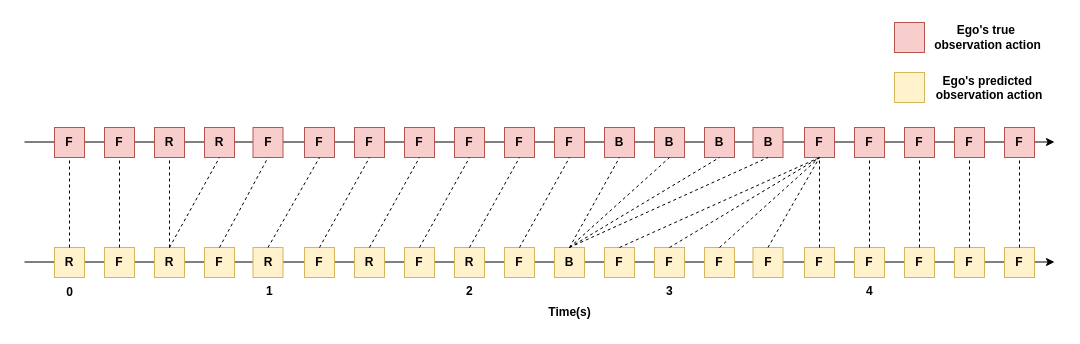
This is page "DTW3_2#11" (8 of 9) of CDAS-O.drawio from SlidingEagle/draw.io, a draw.io file, before an edit. Source tidied: cells renumbered, new cells numbered last; positions are measured from the earlier drawing's top-left corner, leaving out a move shared by most shapes. Both pictures are drawn from the tidied source at 100%, with x=0, y=0 at pixel (24, 17).
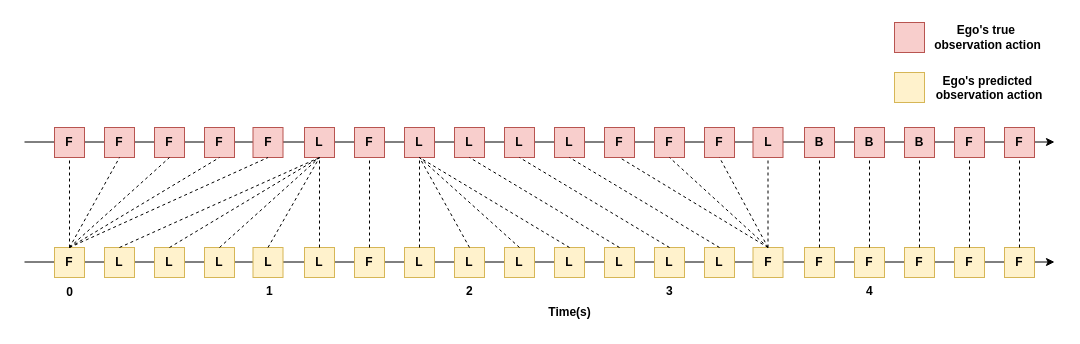
After the change.

The change refers to these unchanged cells:
```xml
<mxCell id="5" value="&lt;b&gt;F&lt;/b&gt;" style="whiteSpace=wrap;html=1;fillColor=#f8cecc;strokeColor=#b85450;" parent="1" vertex="1">
  <mxGeometry x="80" y="110" width="30" height="30" as="geometry" />
</mxCell>
<mxCell id="8" value="&lt;b&gt;F&lt;/b&gt;" style="whiteSpace=wrap;html=1;fillColor=#f8cecc;strokeColor=#b85450;" parent="1" vertex="1">
  <mxGeometry x="228.5" y="110" width="30" height="30" as="geometry" />
</mxCell>
<mxCell id="10" value="&lt;b&gt;F&lt;/b&gt;" style="whiteSpace=wrap;html=1;fillColor=#f8cecc;strokeColor=#b85450;" parent="1" vertex="1">
  <mxGeometry x="330" y="110" width="30" height="30" as="geometry" />
</mxCell>
<mxCell id="38" value="&lt;b&gt;F&lt;/b&gt;" style="whiteSpace=wrap;html=1;fillColor=#fff2cc;strokeColor=#d6b656;" parent="1" vertex="1">
  <mxGeometry x="728.5" y="230" width="30" height="30" as="geometry" />
</mxCell>
```

Diff of the diagram source:
```diff
@@
-    <mxCell id="6" value="&lt;b&gt;R&lt;/b&gt;" style="whiteSpace=wrap;html=1;fillColor=#f8cecc;strokeColor=#b85450;" parent="1" vertex="1">
+    <mxCell id="6" value="&lt;b&gt;F&lt;/b&gt;" style="whiteSpace=wrap;html=1;fillColor=#f8cecc;strokeColor=#b85450;" parent="1" vertex="1">
       <mxGeometry x="130" y="110" width="30" height="30" as="geometry" />
     </mxCell>
-    <mxCell id="7" value="&lt;b&gt;R&lt;/b&gt;" style="whiteSpace=wrap;html=1;fillColor=#f8cecc;strokeColor=#b85450;" parent="1" vertex="1">
+    <mxCell id="7" value="&lt;b&gt;F&lt;/b&gt;" style="whiteSpace=wrap;html=1;fillColor=#f8cecc;strokeColor=#b85450;" parent="1" vertex="1">
       <mxGeometry x="180" y="110" width="30" height="30" as="geometry" />
     </mxCell>
@@
-    <mxCell id="9" value="&lt;b&gt;F&lt;/b&gt;" style="whiteSpace=wrap;html=1;fillColor=#f8cecc;strokeColor=#b85450;" parent="1" vertex="1">
+    <mxCell id="9" value="&lt;b&gt;L&lt;/b&gt;" style="whiteSpace=wrap;html=1;fillColor=#f8cecc;strokeColor=#b85450;" parent="1" vertex="1">
       <mxGeometry x="280" y="110" width="30" height="30" as="geometry" />
     </mxCell>
@@
-    <mxCell id="11" value="&lt;b&gt;F&lt;/b&gt;" style="whiteSpace=wrap;html=1;fillColor=#f8cecc;strokeColor=#b85450;" parent="1" vertex="1">
+    <mxCell id="11" value="&lt;b&gt;L&lt;/b&gt;" style="whiteSpace=wrap;html=1;fillColor=#f8cecc;strokeColor=#b85450;" parent="1" vertex="1">
       <mxGeometry x="380" y="110" width="30" height="30" as="geometry" />
     </mxCell>
-    <mxCell id="12" value="&lt;b&gt;F&lt;/b&gt;" style="whiteSpace=wrap;html=1;fillColor=#f8cecc;strokeColor=#b85450;" parent="1" vertex="1">
+    <mxCell id="12" value="&lt;b&gt;L&lt;/b&gt;" style="whiteSpace=wrap;html=1;fillColor=#f8cecc;strokeColor=#b85450;" parent="1" vertex="1">
       <mxGeometry x="430" y="110" width="30" height="30" as="geometry" />
     </mxCell>
-    <mxCell id="13" value="&lt;b&gt;F&lt;/b&gt;" style="whiteSpace=wrap;html=1;fillColor=#f8cecc;strokeColor=#b85450;" parent="1" vertex="1">
+    <mxCell id="13" value="&lt;b&gt;L&lt;/b&gt;" style="whiteSpace=wrap;html=1;fillColor=#f8cecc;strokeColor=#b85450;" parent="1" vertex="1">
       <mxGeometry x="480" y="110" width="30" height="30" as="geometry" />
     </mxCell>
-    <mxCell id="14" value="&lt;b&gt;F&lt;/b&gt;" style="whiteSpace=wrap;html=1;fillColor=#f8cecc;strokeColor=#b85450;" parent="1" vertex="1">
+    <mxCell id="14" value="&lt;b&gt;L&lt;/b&gt;" style="whiteSpace=wrap;html=1;fillColor=#f8cecc;strokeColor=#b85450;" parent="1" vertex="1">
       <mxGeometry x="530" y="110" width="30" height="30" as="geometry" />
     </mxCell>
-    <mxCell id="15" value="&lt;b&gt;B&lt;/b&gt;" style="whiteSpace=wrap;html=1;fillColor=#f8cecc;strokeColor=#b85450;" parent="1" vertex="1">
+    <mxCell id="15" value="&lt;b&gt;F&lt;/b&gt;" style="whiteSpace=wrap;html=1;fillColor=#f8cecc;strokeColor=#b85450;" parent="1" vertex="1">
       <mxGeometry x="580" y="110" width="30" height="30" as="geometry" />
     </mxCell>
-    <mxCell id="16" value="&lt;b&gt;B&lt;/b&gt;" style="whiteSpace=wrap;html=1;fillColor=#f8cecc;strokeColor=#b85450;" parent="1" vertex="1">
+    <mxCell id="16" value="&lt;b&gt;F&lt;/b&gt;" style="whiteSpace=wrap;html=1;fillColor=#f8cecc;strokeColor=#b85450;" parent="1" vertex="1">
       <mxGeometry x="630" y="110" width="30" height="30" as="geometry" />
     </mxCell>
-    <mxCell id="17" value="&lt;b&gt;B&lt;/b&gt;" style="whiteSpace=wrap;html=1;fillColor=#f8cecc;strokeColor=#b85450;" parent="1" vertex="1">
+    <mxCell id="17" value="&lt;b&gt;F&lt;/b&gt;" style="whiteSpace=wrap;html=1;fillColor=#f8cecc;strokeColor=#b85450;" parent="1" vertex="1">
       <mxGeometry x="680" y="110" width="30" height="30" as="geometry" />
     </mxCell>
-    <mxCell id="18" value="&lt;b&gt;B&lt;/b&gt;" style="whiteSpace=wrap;html=1;fillColor=#f8cecc;strokeColor=#b85450;" parent="1" vertex="1">
+    <mxCell id="18" value="&lt;b&gt;L&lt;/b&gt;" style="whiteSpace=wrap;html=1;fillColor=#f8cecc;strokeColor=#b85450;" parent="1" vertex="1">
       <mxGeometry x="728.5" y="110" width="30" height="30" as="geometry" />
     </mxCell>
-    <mxCell id="19" value="&lt;b&gt;F&lt;/b&gt;" style="whiteSpace=wrap;html=1;fillColor=#f8cecc;strokeColor=#b85450;" parent="1" vertex="1">
+    <mxCell id="19" value="&lt;b&gt;B&lt;/b&gt;" style="whiteSpace=wrap;html=1;fillColor=#f8cecc;strokeColor=#b85450;" parent="1" vertex="1">
       <mxGeometry x="780" y="110" width="30" height="30" as="geometry" />
     </mxCell>
-    <mxCell id="20" value="&lt;b&gt;F&lt;/b&gt;" style="whiteSpace=wrap;html=1;fillColor=#f8cecc;strokeColor=#b85450;" parent="1" vertex="1">
+    <mxCell id="20" value="&lt;b&gt;B&lt;/b&gt;" style="whiteSpace=wrap;html=1;fillColor=#f8cecc;strokeColor=#b85450;" parent="1" vertex="1">
       <mxGeometry x="830" y="110" width="30" height="30" as="geometry" />
     </mxCell>
-    <mxCell id="21" value="&lt;b&gt;F&lt;/b&gt;" style="whiteSpace=wrap;html=1;fillColor=#f8cecc;strokeColor=#b85450;" parent="1" vertex="1">
+    <mxCell id="21" value="&lt;b&gt;B&lt;/b&gt;" style="whiteSpace=wrap;html=1;fillColor=#f8cecc;strokeColor=#b85450;" parent="1" vertex="1">
       <mxGeometry x="880" y="110" width="30" height="30" as="geometry" />
     </mxCell>
@@
-    <mxCell id="24" value="&lt;b&gt;R&lt;/b&gt;" style="whiteSpace=wrap;html=1;fillColor=#fff2cc;strokeColor=#d6b656;" parent="1" vertex="1">
+    <mxCell id="24" value="&lt;b&gt;F&lt;/b&gt;" style="whiteSpace=wrap;html=1;fillColor=#fff2cc;strokeColor=#d6b656;" parent="1" vertex="1">
       <mxGeometry x="30" y="230" width="30" height="30" as="geometry" />
     </mxCell>
-    <mxCell id="25" value="&lt;b&gt;F&lt;/b&gt;" style="whiteSpace=wrap;html=1;fillColor=#fff2cc;strokeColor=#d6b656;" parent="1" vertex="1">
+    <mxCell id="25" value="&lt;b&gt;L&lt;/b&gt;" style="whiteSpace=wrap;html=1;fillColor=#fff2cc;strokeColor=#d6b656;" parent="1" vertex="1">
       <mxGeometry x="80" y="230" width="30" height="30" as="geometry" />
     </mxCell>
-    <mxCell id="26" value="&lt;b&gt;R&lt;/b&gt;" style="whiteSpace=wrap;html=1;fillColor=#fff2cc;strokeColor=#d6b656;" parent="1" vertex="1">
+    <mxCell id="26" value="&lt;b&gt;L&lt;/b&gt;" style="whiteSpace=wrap;html=1;fillColor=#fff2cc;strokeColor=#d6b656;" parent="1" vertex="1">
       <mxGeometry x="130" y="230" width="30" height="30" as="geometry" />
     </mxCell>
-    <mxCell id="27" value="&lt;b&gt;F&lt;/b&gt;" style="whiteSpace=wrap;html=1;fillColor=#fff2cc;strokeColor=#d6b656;" parent="1" vertex="1">
+    <mxCell id="27" value="&lt;b&gt;L&lt;/b&gt;" style="whiteSpace=wrap;html=1;fillColor=#fff2cc;strokeColor=#d6b656;" parent="1" vertex="1">
       <mxGeometry x="180" y="230" width="30" height="30" as="geometry" />
     </mxCell>
-    <mxCell id="28" value="&lt;b&gt;R&lt;/b&gt;" style="whiteSpace=wrap;html=1;fillColor=#fff2cc;strokeColor=#d6b656;" parent="1" vertex="1">
+    <mxCell id="28" value="&lt;b&gt;L&lt;/b&gt;" style="whiteSpace=wrap;html=1;fillColor=#fff2cc;strokeColor=#d6b656;" parent="1" vertex="1">
       <mxGeometry x="228.5" y="230" width="30" height="30" as="geometry" />
     </mxCell>
-    <mxCell id="29" value="&lt;b&gt;F&lt;/b&gt;" style="whiteSpace=wrap;html=1;fillColor=#fff2cc;strokeColor=#d6b656;" parent="1" vertex="1">
+    <mxCell id="29" value="&lt;b&gt;L&lt;/b&gt;" style="whiteSpace=wrap;html=1;fillColor=#fff2cc;strokeColor=#d6b656;" parent="1" vertex="1">
       <mxGeometry x="280" y="230" width="30" height="30" as="geometry" />
     </mxCell>
-    <mxCell id="30" value="&lt;b&gt;R&lt;/b&gt;" style="whiteSpace=wrap;html=1;fillColor=#fff2cc;strokeColor=#d6b656;" parent="1" vertex="1">
+    <mxCell id="30" value="&lt;b&gt;F&lt;/b&gt;" style="whiteSpace=wrap;html=1;fillColor=#fff2cc;strokeColor=#d6b656;" parent="1" vertex="1">
       <mxGeometry x="330" y="230" width="30" height="30" as="geometry" />
     </mxCell>
-    <mxCell id="31" value="&lt;b&gt;F&lt;/b&gt;" style="whiteSpace=wrap;html=1;fillColor=#fff2cc;strokeColor=#d6b656;" parent="1" vertex="1">
+    <mxCell id="31" value="&lt;b&gt;L&lt;/b&gt;" style="whiteSpace=wrap;html=1;fillColor=#fff2cc;strokeColor=#d6b656;" parent="1" vertex="1">
       <mxGeometry x="380" y="230" width="30" height="30" as="geometry" />
     </mxCell>
-    <mxCell id="32" value="&lt;b&gt;R&lt;/b&gt;" style="whiteSpace=wrap;html=1;fillColor=#fff2cc;strokeColor=#d6b656;" parent="1" vertex="1">
+    <mxCell id="32" value="&lt;b&gt;L&lt;/b&gt;" style="whiteSpace=wrap;html=1;fillColor=#fff2cc;strokeColor=#d6b656;" parent="1" vertex="1">
       <mxGeometry x="430" y="230" width="30" height="30" as="geometry" />
     </mxCell>
-    <mxCell id="33" value="&lt;b&gt;F&lt;/b&gt;" style="whiteSpace=wrap;html=1;fillColor=#fff2cc;strokeColor=#d6b656;" parent="1" vertex="1">
+    <mxCell id="33" value="&lt;b&gt;L&lt;/b&gt;" style="whiteSpace=wrap;html=1;fillColor=#fff2cc;strokeColor=#d6b656;" parent="1" vertex="1">
       <mxGeometry x="480" y="230" width="30" height="30" as="geometry" />
     </mxCell>
-    <mxCell id="34" value="&lt;b&gt;B&lt;/b&gt;" style="whiteSpace=wrap;html=1;fillColor=#fff2cc;strokeColor=#d6b656;" parent="1" vertex="1">
+    <mxCell id="34" value="&lt;b&gt;L&lt;/b&gt;" style="whiteSpace=wrap;html=1;fillColor=#fff2cc;strokeColor=#d6b656;" parent="1" vertex="1">
       <mxGeometry x="530" y="230" width="30" height="30" as="geometry" />
     </mxCell>
-    <mxCell id="35" value="&lt;b&gt;F&lt;/b&gt;" style="whiteSpace=wrap;html=1;fillColor=#fff2cc;strokeColor=#d6b656;" parent="1" vertex="1">
+    <mxCell id="35" value="&lt;b&gt;L&lt;/b&gt;" style="whiteSpace=wrap;html=1;fillColor=#fff2cc;strokeColor=#d6b656;" parent="1" vertex="1">
       <mxGeometry x="580" y="230" width="30" height="30" as="geometry" />
     </mxCell>
-    <mxCell id="36" value="&lt;b&gt;F&lt;/b&gt;" style="whiteSpace=wrap;html=1;fillColor=#fff2cc;strokeColor=#d6b656;" parent="1" vertex="1">
+    <mxCell id="36" value="&lt;b&gt;L&lt;/b&gt;" style="whiteSpace=wrap;html=1;fillColor=#fff2cc;strokeColor=#d6b656;" parent="1" vertex="1">
       <mxGeometry x="630" y="230" width="30" height="30" as="geometry" />
     </mxCell>
-    <mxCell id="37" value="&lt;b&gt;F&lt;/b&gt;" style="whiteSpace=wrap;html=1;fillColor=#fff2cc;strokeColor=#d6b656;" parent="1" vertex="1">
+    <mxCell id="37" value="&lt;b&gt;L&lt;/b&gt;" style="whiteSpace=wrap;html=1;fillColor=#fff2cc;strokeColor=#d6b656;" parent="1" vertex="1">
       <mxGeometry x="680" y="230" width="30" height="30" as="geometry" />
     </mxCell>
@@
-    <mxCell id="45" style="endArrow=none;dashed=1;html=1;rounded=0;entryX=0.5;entryY=1;entryDx=0;entryDy=0;exitX=0.5;exitY=0;exitDx=0;exitDy=0;" parent="1" edge="1" source="25" target="5">
+    <mxCell id="45" style="endArrow=none;dashed=1;html=1;rounded=0;entryX=0.5;entryY=1;entryDx=0;entryDy=0;exitX=0.5;exitY=0;exitDx=0;exitDy=0;" parent="1" edge="1" source="24" target="5">
       <mxGeometry relative="1" as="geometry" />
     </mxCell>
-    <mxCell id="46" style="endArrow=none;dashed=1;html=1;rounded=0;entryX=0.5;entryY=1;entryDx=0;entryDy=0;exitX=0.5;exitY=0;exitDx=0;exitDy=0;" parent="1" edge="1" source="26" target="6">
+    <mxCell id="46" style="endArrow=none;dashed=1;html=1;rounded=0;entryX=0.5;entryY=1;entryDx=0;entryDy=0;exitX=0.5;exitY=0;exitDx=0;exitDy=0;" parent="1" edge="1" source="24" target="6">
       <mxGeometry relative="1" as="geometry" />
     </mxCell>
-    <mxCell id="47" style="endArrow=none;dashed=1;html=1;rounded=0;entryX=0.5;entryY=1;entryDx=0;entryDy=0;exitX=0.5;exitY=0;exitDx=0;exitDy=0;" parent="1" edge="1" source="26" target="7">
+    <mxCell id="47" style="endArrow=none;dashed=1;html=1;rounded=0;entryX=0.5;entryY=1;entryDx=0;entryDy=0;exitX=0.5;exitY=0;exitDx=0;exitDy=0;" parent="1" edge="1" source="24" target="7">
       <mxGeometry relative="1" as="geometry" />
     </mxCell>
-    <mxCell id="48" style="endArrow=none;dashed=1;html=1;rounded=0;entryX=0.5;entryY=1;entryDx=0;entryDy=0;exitX=0.5;exitY=0;exitDx=0;exitDy=0;" parent="1" edge="1" source="27" target="8">
+    <mxCell id="48" style="endArrow=none;dashed=1;html=1;rounded=0;entryX=0.5;entryY=1;entryDx=0;entryDy=0;exitX=0.5;exitY=0;exitDx=0;exitDy=0;" parent="1" edge="1" source="24" target="8">
       <mxGeometry relative="1" as="geometry" />
     </mxCell>
-    <mxCell id="49" style="endArrow=none;dashed=1;html=1;rounded=0;entryX=0.5;entryY=1;entryDx=0;entryDy=0;exitX=0.5;exitY=0;exitDx=0;exitDy=0;" parent="1" edge="1" source="28" target="9">
+    <mxCell id="49" style="endArrow=none;dashed=1;html=1;rounded=0;entryX=0.5;entryY=1;entryDx=0;entryDy=0;exitX=0.5;exitY=0;exitDx=0;exitDy=0;" parent="1" edge="1" source="25" target="9">
       <mxGeometry relative="1" as="geometry" />
     </mxCell>
-    <mxCell id="50" style="endArrow=none;dashed=1;html=1;rounded=0;entryX=0.5;entryY=1;entryDx=0;entryDy=0;exitX=0.5;exitY=0;exitDx=0;exitDy=0;" parent="1" edge="1" source="29" target="10">
+    <mxCell id="50" style="endArrow=none;dashed=1;html=1;rounded=0;entryX=0.5;entryY=1;entryDx=0;entryDy=0;exitX=0.5;exitY=0;exitDx=0;exitDy=0;" parent="1" edge="1" source="26" target="9">
       <mxGeometry relative="1" as="geometry" />
     </mxCell>
-    <mxCell id="51" style="endArrow=none;dashed=1;html=1;rounded=0;entryX=0.5;entryY=1;entryDx=0;entryDy=0;exitX=0.5;exitY=0;exitDx=0;exitDy=0;" parent="1" edge="1" source="30" target="11">
+    <mxCell id="51" style="endArrow=none;dashed=1;html=1;rounded=0;entryX=0.5;entryY=1;entryDx=0;entryDy=0;exitX=0.5;exitY=0;exitDx=0;exitDy=0;" parent="1" edge="1" source="27" target="9">
       <mxGeometry relative="1" as="geometry" />
     </mxCell>
-    <mxCell id="52" style="endArrow=none;dashed=1;html=1;rounded=0;entryX=0.5;entryY=1;entryDx=0;entryDy=0;exitX=0.5;exitY=0;exitDx=0;exitDy=0;" parent="1" edge="1" source="31" target="12">
+    <mxCell id="52" style="endArrow=none;dashed=1;html=1;rounded=0;entryX=0.5;entryY=1;entryDx=0;entryDy=0;exitX=0.5;exitY=0;exitDx=0;exitDy=0;" parent="1" edge="1" source="28" target="9">
       <mxGeometry relative="1" as="geometry" />
     </mxCell>
-    <mxCell id="53" style="endArrow=none;dashed=1;html=1;rounded=0;entryX=0.5;entryY=1;entryDx=0;entryDy=0;exitX=0.5;exitY=0;exitDx=0;exitDy=0;" parent="1" edge="1" source="32" target="13">
+    <mxCell id="53" style="endArrow=none;dashed=1;html=1;rounded=0;entryX=0.5;entryY=1;entryDx=0;entryDy=0;exitX=0.5;exitY=0;exitDx=0;exitDy=0;" parent="1" edge="1" source="32" target="11">
       <mxGeometry relative="1" as="geometry" />
     </mxCell>
-    <mxCell id="54" style="endArrow=none;dashed=1;html=1;rounded=0;entryX=0.5;entryY=1;entryDx=0;entryDy=0;exitX=0.5;exitY=0;exitDx=0;exitDy=0;" parent="1" edge="1" source="33" target="14">
+    <mxCell id="54" style="endArrow=none;dashed=1;html=1;rounded=0;entryX=0.5;entryY=1;entryDx=0;entryDy=0;exitX=0.5;exitY=0;exitDx=0;exitDy=0;" parent="1" edge="1" source="34" target="11">
       <mxGeometry relative="1" as="geometry" />
     </mxCell>
-    <mxCell id="55" style="endArrow=none;dashed=1;html=1;rounded=0;entryX=0.5;entryY=1;entryDx=0;entryDy=0;exitX=0.5;exitY=0;exitDx=0;exitDy=0;" parent="1" edge="1" source="34" target="15">
+    <mxCell id="55" style="endArrow=none;dashed=1;html=1;rounded=0;entryX=0.5;entryY=1;entryDx=0;entryDy=0;exitX=0.5;exitY=0;exitDx=0;exitDy=0;" parent="1" edge="1" source="35" target="12">
       <mxGeometry relative="1" as="geometry" />
     </mxCell>
-    <mxCell id="56" style="endArrow=none;dashed=1;html=1;rounded=0;entryX=0.5;entryY=1;entryDx=0;entryDy=0;exitX=0.5;exitY=0;exitDx=0;exitDy=0;" parent="1" edge="1" source="34" target="16">
+    <mxCell id="56" style="endArrow=none;dashed=1;html=1;rounded=0;entryX=0.5;entryY=1;entryDx=0;entryDy=0;exitX=0.5;exitY=0;exitDx=0;exitDy=0;" parent="1" edge="1" source="36" target="13">
       <mxGeometry relative="1" as="geometry" />
     </mxCell>
-    <mxCell id="57" style="endArrow=none;dashed=1;html=1;rounded=0;entryX=0.5;entryY=1;entryDx=0;entryDy=0;exitX=0.5;exitY=0;exitDx=0;exitDy=0;" parent="1" edge="1" source="34" target="17">
-      <mxGeometry relative="1" as="geometry" />
-    </mxCell>
-    <mxCell id="58" style="endArrow=none;dashed=1;html=1;rounded=0;entryX=0.5;entryY=1;entryDx=0;entryDy=0;exitX=0.5;exitY=0;exitDx=0;exitDy=0;" parent="1" edge="1" source="34" target="18">
-      <mxGeometry relative="1" as="geometry" />
-    </mxCell>
-    <mxCell id="59" style="endArrow=none;dashed=1;html=1;rounded=0;entryX=0.5;entryY=1;entryDx=0;entryDy=0;exitX=0.5;exitY=0;exitDx=0;exitDy=0;" parent="1" edge="1" source="35" target="19">
-      <mxGeometry relative="1" as="geometry" />
-    </mxCell>
-    <mxCell id="60" style="endArrow=none;dashed=1;html=1;rounded=0;entryX=0.5;entryY=1;entryDx=0;entryDy=0;exitX=0.5;exitY=0;exitDx=0;exitDy=0;" parent="1" edge="1" source="36" target="19">
+    <mxCell id="60" style="endArrow=none;dashed=1;html=1;rounded=0;entryX=0.5;entryY=1;entryDx=0;entryDy=0;exitX=0.5;exitY=0;exitDx=0;exitDy=0;" parent="1" edge="1" source="37" target="14">
       <mxGeometry relative="1" as="geometry" />
     </mxCell>
-    <mxCell id="61" style="endArrow=none;dashed=1;html=1;rounded=0;entryX=0.5;entryY=1;entryDx=0;entryDy=0;exitX=0.5;exitY=0;exitDx=0;exitDy=0;" parent="1" edge="1" source="37" target="19">
+    <mxCell id="61" style="endArrow=none;dashed=1;html=1;rounded=0;entryX=0.5;entryY=1;entryDx=0;entryDy=0;exitX=0.5;exitY=0;exitDx=0;exitDy=0;" parent="1" edge="1" source="38" target="15">
       <mxGeometry relative="1" as="geometry" />
     </mxCell>
-    <mxCell id="62" style="endArrow=none;dashed=1;html=1;rounded=0;entryX=0.5;entryY=1;entryDx=0;entryDy=0;exitX=0.5;exitY=0;exitDx=0;exitDy=0;" parent="1" edge="1" source="38" target="19">
+    <mxCell id="62" style="endArrow=none;dashed=1;html=1;rounded=0;entryX=0.5;entryY=1;entryDx=0;entryDy=0;exitX=0.5;exitY=0;exitDx=0;exitDy=0;" parent="1" edge="1" source="38" target="16">
       <mxGeometry relative="1" as="geometry" />
     </mxCell>
@@
+    <mxCell id="78" style="endArrow=none;dashed=1;html=1;rounded=0;entryX=0.5;entryY=1;entryDx=0;entryDy=0;exitX=0.5;exitY=0;exitDx=0;exitDy=0;" parent="1" edge="1" source="29" target="9">
+      <mxGeometry relative="1" as="geometry" />
+    </mxCell>
+    <mxCell id="79" style="endArrow=none;dashed=1;html=1;rounded=0;entryX=0.5;entryY=1;entryDx=0;entryDy=0;exitX=0.5;exitY=0;exitDx=0;exitDy=0;" parent="1" edge="1" source="30" target="10">
+      <mxGeometry relative="1" as="geometry" />
+    </mxCell>
+    <mxCell id="80" style="endArrow=none;dashed=1;html=1;rounded=0;entryX=0.5;entryY=1;entryDx=0;entryDy=0;exitX=0.5;exitY=0;exitDx=0;exitDy=0;" parent="1" edge="1" source="31" target="11">
+      <mxGeometry relative="1" as="geometry" />
+    </mxCell>
+    <mxCell id="81" style="endArrow=none;dashed=1;html=1;rounded=0;entryX=0.5;entryY=1;entryDx=0;entryDy=0;exitX=0.5;exitY=0;exitDx=0;exitDy=0;" parent="1" edge="1" source="33" target="11">
+      <mxGeometry relative="1" as="geometry" />
+    </mxCell>
+    <mxCell id="82" style="endArrow=none;dashed=1;html=1;rounded=0;entryX=0.5;entryY=1;entryDx=0;entryDy=0;exitX=0.5;exitY=0;exitDx=0;exitDy=0;" parent="1" edge="1" source="38" target="17">
+      <mxGeometry relative="1" as="geometry" />
+    </mxCell>
+    <mxCell id="83" style="endArrow=none;dashed=1;html=1;rounded=0;entryX=0.5;entryY=1;entryDx=0;entryDy=0;exitX=0.5;exitY=0;exitDx=0;exitDy=0;" parent="1" edge="1" source="38" target="18">
+      <mxGeometry relative="1" as="geometry" />
+    </mxCell>
```
